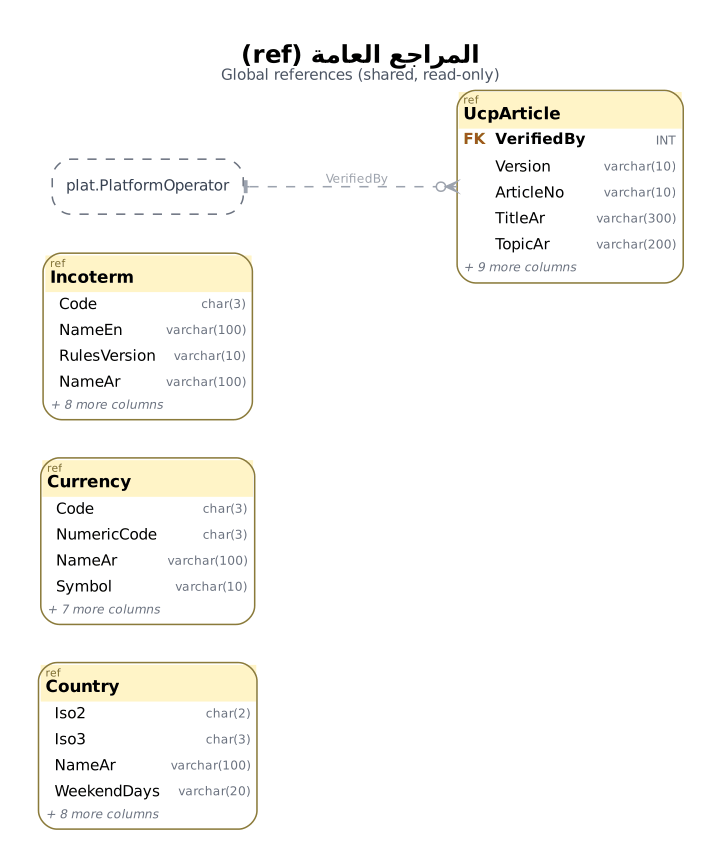
This is treasury-platform/docs/diagrams/pro/m4_global_ref.png from thawrasy/smartlines, a Graphviz export, as it was before one commit. Its source is kept beside it as treasury-platform/docs/diagrams/pro/src/m4_global_ref.dot.
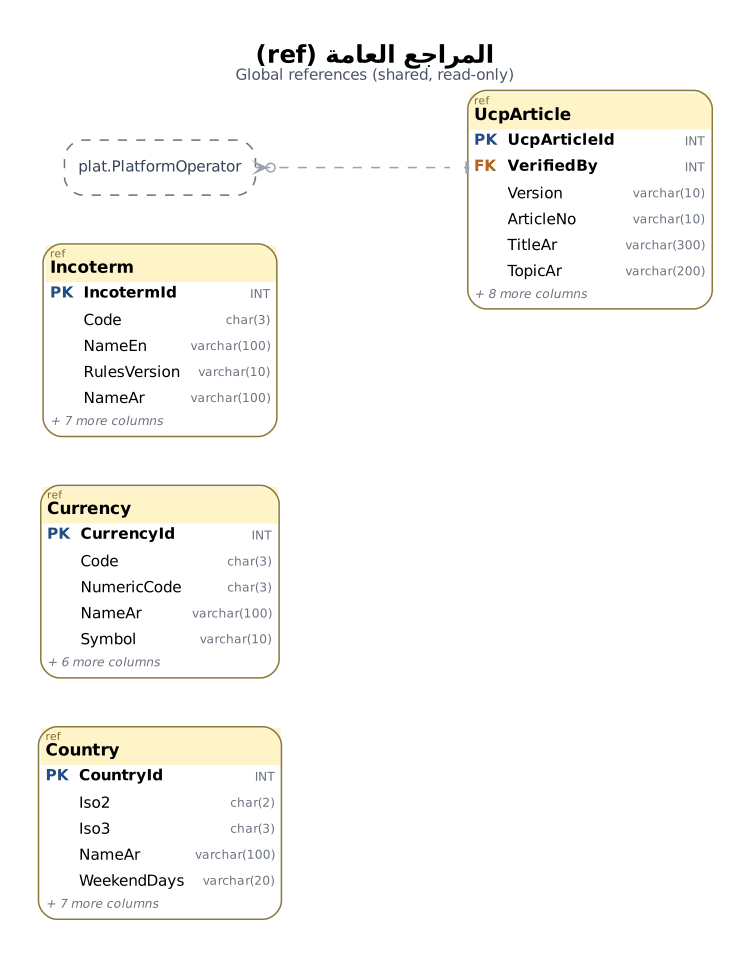
The same file after the commit.

The edit, as a diff of the source:
```diff
@@ -1,11 +1,11 @@
 digraph G {
-  graph [fontname="DejaVu Sans", label=<<B><FONT POINT-SIZE="16">المراجع العامة (ref)</FONT></B><BR/><FONT POINT-SIZE="10" COLOR="#4B5563">Global references (shared, read-only)</FONT>>, labelloc=t, rankdir=LR, splines=true, nodesep=0.35, ranksep=1.25, pad=0.35, bgcolor="white", dpi=110];
+  graph [fontname="DejaVu Sans", label=<<B><FONT POINT-SIZE="16">المراجع العامة (ref)</FONT></B><BR/><FONT POINT-SIZE="10" COLOR="#4B5563">Global references (shared, read-only)</FONT>>, labelloc=t, rankdir=LR, splines=ortho, nodesep=0.45, ranksep=1.7, pad=0.35, bgcolor="white", dpi=110];
   node [fontname="DejaVu Sans", fontsize=10];
   edge [fontname="DejaVu Sans", fontsize=8, color="#374151", arrowsize=0.75];
-  "ref.Country" [shape=plain, label=<<TABLE BORDER="1" COLOR="#8A7A3A" CELLBORDER="0" CELLSPACING="0" CELLPADDING="3" STYLE="rounded" BGCOLOR="white"><TR><TD COLSPAN="3" BGCOLOR="#FFF4C7" ALIGN="LEFT"><FONT POINT-SIZE="7" COLOR="#7A6A2E">ref</FONT><BR ALIGN="LEFT"/><FONT POINT-SIZE="11"><B>Country</B></FONT></TD></TR><TR><TD ALIGN="LEFT"></TD><TD ALIGN="LEFT">Iso2</TD><TD ALIGN="RIGHT"><FONT COLOR="#6B7280" POINT-SIZE="8">char(2)</FONT></TD></TR><TR><TD ALIGN="LEFT"></TD><TD ALIGN="LEFT">Iso3</TD><TD ALIGN="RIGHT"><FONT COLOR="#6B7280" POINT-SIZE="8">char(3)</FONT></TD></TR><TR><TD ALIGN="LEFT"></TD><TD ALIGN="LEFT">NameAr</TD><TD ALIGN="RIGHT"><FONT COLOR="#6B7280" POINT-SIZE="8">varchar(100)</FONT></TD></TR><TR><TD ALIGN="LEFT"></TD><TD ALIGN="LEFT">WeekendDays</TD><TD ALIGN="RIGHT"><FONT COLOR="#6B7280" POINT-SIZE="8">varchar(20)</FONT></TD></TR><TR><TD COLSPAN="3" ALIGN="LEFT"><FONT POINT-SIZE="8" COLOR="#6B7280"><I>+ 8 more columns</I></FONT></TD></TR></TABLE>>];
-  "ref.Currency" [shape=plain, label=<<TABLE BORDER="1" COLOR="#8A7A3A" CELLBORDER="0" CELLSPACING="0" CELLPADDING="3" STYLE="rounded" BGCOLOR="white"><TR><TD COLSPAN="3" BGCOLOR="#FFF4C7" ALIGN="LEFT"><FONT POINT-SIZE="7" COLOR="#7A6A2E">ref</FONT><BR ALIGN="LEFT"/><FONT POINT-SIZE="11"><B>Currency</B></FONT></TD></TR><TR><TD ALIGN="LEFT"></TD><TD ALIGN="LEFT">Code</TD><TD ALIGN="RIGHT"><FONT COLOR="#6B7280" POINT-SIZE="8">char(3)</FONT></TD></TR><TR><TD ALIGN="LEFT"></TD><TD ALIGN="LEFT">NumericCode</TD><TD ALIGN="RIGHT"><FONT COLOR="#6B7280" POINT-SIZE="8">char(3)</FONT></TD></TR><TR><TD ALIGN="LEFT"></TD><TD ALIGN="LEFT">NameAr</TD><TD ALIGN="RIGHT"><FONT COLOR="#6B7280" POINT-SIZE="8">varchar(100)</FONT></TD></TR><TR><TD ALIGN="LEFT"></TD><TD ALIGN="LEFT">Symbol</TD><TD ALIGN="RIGHT"><FONT COLOR="#6B7280" POINT-SIZE="8">varchar(10)</FONT></TD></TR><TR><TD COLSPAN="3" ALIGN="LEFT"><FONT POINT-SIZE="8" COLOR="#6B7280"><I>+ 7 more columns</I></FONT></TD></TR></TABLE>>];
-  "ref.Incoterm" [shape=plain, label=<<TABLE BORDER="1" COLOR="#8A7A3A" CELLBORDER="0" CELLSPACING="0" CELLPADDING="3" STYLE="rounded" BGCOLOR="white"><TR><TD COLSPAN="3" BGCOLOR="#FFF4C7" ALIGN="LEFT"><FONT POINT-SIZE="7" COLOR="#7A6A2E">ref</FONT><BR ALIGN="LEFT"/><FONT POINT-SIZE="11"><B>Incoterm</B></FONT></TD></TR><TR><TD ALIGN="LEFT"></TD><TD ALIGN="LEFT">Code</TD><TD ALIGN="RIGHT"><FONT COLOR="#6B7280" POINT-SIZE="8">char(3)</FONT></TD></TR><TR><TD ALIGN="LEFT"></TD><TD ALIGN="LEFT">NameEn</TD><TD ALIGN="RIGHT"><FONT COLOR="#6B7280" POINT-SIZE="8">varchar(100)</FONT></TD></TR><TR><TD ALIGN="LEFT"></TD><TD ALIGN="LEFT">RulesVersion</TD><TD ALIGN="RIGHT"><FONT COLOR="#6B7280" POINT-SIZE="8">varchar(10)</FONT></TD></TR><TR><TD ALIGN="LEFT"></TD><TD ALIGN="LEFT">NameAr</TD><TD ALIGN="RIGHT"><FONT COLOR="#6B7280" POINT-SIZE="8">varchar(100)</FONT></TD></TR><TR><TD COLSPAN="3" ALIGN="LEFT"><FONT POINT-SIZE="8" COLOR="#6B7280"><I>+ 8 more columns</I></FONT></TD></TR></TABLE>>];
-  "ref.UcpArticle" [shape=plain, label=<<TABLE BORDER="1" COLOR="#8A7A3A" CELLBORDER="0" CELLSPACING="0" CELLPADDING="3" STYLE="rounded" BGCOLOR="white"><TR><TD COLSPAN="3" BGCOLOR="#FFF4C7" ALIGN="LEFT"><FONT POINT-SIZE="7" COLOR="#7A6A2E">ref</FONT><BR ALIGN="LEFT"/><FONT POINT-SIZE="11"><B>UcpArticle</B></FONT></TD></TR><TR><TD ALIGN="LEFT"><FONT COLOR="#B45309"><B>FK</B></FONT></TD><TD ALIGN="LEFT"><B>VerifiedBy</B></TD><TD ALIGN="RIGHT"><FONT COLOR="#6B7280" POINT-SIZE="8">INT</FONT></TD></TR><TR><TD ALIGN="LEFT"></TD><TD ALIGN="LEFT">Version</TD><TD ALIGN="RIGHT"><FONT COLOR="#6B7280" POINT-SIZE="8">varchar(10)</FONT></TD></TR><TR><TD ALIGN="LEFT"></TD><TD ALIGN="LEFT">ArticleNo</TD><TD ALIGN="RIGHT"><FONT COLOR="#6B7280" POINT-SIZE="8">varchar(10)</FONT></TD></TR><TR><TD ALIGN="LEFT"></TD><TD ALIGN="LEFT">TitleAr</TD><TD ALIGN="RIGHT"><FONT COLOR="#6B7280" POINT-SIZE="8">varchar(300)</FONT></TD></TR><TR><TD ALIGN="LEFT"></TD><TD ALIGN="LEFT">TopicAr</TD><TD ALIGN="RIGHT"><FONT COLOR="#6B7280" POINT-SIZE="8">varchar(200)</FONT></TD></TR><TR><TD COLSPAN="3" ALIGN="LEFT"><FONT POINT-SIZE="8" COLOR="#6B7280"><I>+ 9 more columns</I></FONT></TD></TR></TABLE>>];
+  "ref.Country" [shape=plain, label=<<TABLE BORDER="1" COLOR="#8A7A3A" CELLBORDER="0" CELLSPACING="0" CELLPADDING="3" STYLE="rounded" BGCOLOR="white"><TR><TD COLSPAN="3" BGCOLOR="#FFF4C7" ALIGN="LEFT"><FONT POINT-SIZE="7" COLOR="#7A6A2E">ref</FONT><BR ALIGN="LEFT"/><FONT POINT-SIZE="11"><B>Country</B></FONT></TD></TR><TR><TD ALIGN="LEFT" PORT="CountryId"><FONT COLOR="#1D4E89"><B>PK</B></FONT></TD><TD ALIGN="LEFT" PORT="CountryId"><B>CountryId</B></TD><TD ALIGN="RIGHT" PORT="CountryId"><FONT COLOR="#6B7280" POINT-SIZE="8">INT</FONT></TD></TR><TR><TD ALIGN="LEFT"></TD><TD ALIGN="LEFT">Iso2</TD><TD ALIGN="RIGHT"><FONT COLOR="#6B7280" POINT-SIZE="8">char(2)</FONT></TD></TR><TR><TD ALIGN="LEFT"></TD><TD ALIGN="LEFT">Iso3</TD><TD ALIGN="RIGHT"><FONT COLOR="#6B7280" POINT-SIZE="8">char(3)</FONT></TD></TR><TR><TD ALIGN="LEFT"></TD><TD ALIGN="LEFT">NameAr</TD><TD ALIGN="RIGHT"><FONT COLOR="#6B7280" POINT-SIZE="8">varchar(100)</FONT></TD></TR><TR><TD ALIGN="LEFT"></TD><TD ALIGN="LEFT">WeekendDays</TD><TD ALIGN="RIGHT"><FONT COLOR="#6B7280" POINT-SIZE="8">varchar(20)</FONT></TD></TR><TR><TD COLSPAN="3" ALIGN="LEFT"><FONT POINT-SIZE="8" COLOR="#6B7280"><I>+ 7 more columns</I></FONT></TD></TR></TABLE>>];
+  "ref.Currency" [shape=plain, label=<<TABLE BORDER="1" COLOR="#8A7A3A" CELLBORDER="0" CELLSPACING="0" CELLPADDING="3" STYLE="rounded" BGCOLOR="white"><TR><TD COLSPAN="3" BGCOLOR="#FFF4C7" ALIGN="LEFT"><FONT POINT-SIZE="7" COLOR="#7A6A2E">ref</FONT><BR ALIGN="LEFT"/><FONT POINT-SIZE="11"><B>Currency</B></FONT></TD></TR><TR><TD ALIGN="LEFT" PORT="CurrencyId"><FONT COLOR="#1D4E89"><B>PK</B></FONT></TD><TD ALIGN="LEFT" PORT="CurrencyId"><B>CurrencyId</B></TD><TD ALIGN="RIGHT" PORT="CurrencyId"><FONT COLOR="#6B7280" POINT-SIZE="8">INT</FONT></TD></TR><TR><TD ALIGN="LEFT"></TD><TD ALIGN="LEFT">Code</TD><TD ALIGN="RIGHT"><FONT COLOR="#6B7280" POINT-SIZE="8">char(3)</FONT></TD></TR><TR><TD ALIGN="LEFT"></TD><TD ALIGN="LEFT">NumericCode</TD><TD ALIGN="RIGHT"><FONT COLOR="#6B7280" POINT-SIZE="8">char(3)</FONT></TD></TR><TR><TD ALIGN="LEFT"></TD><TD ALIGN="LEFT">NameAr</TD><TD ALIGN="RIGHT"><FONT COLOR="#6B7280" POINT-SIZE="8">varchar(100)</FONT></TD></TR><TR><TD ALIGN="LEFT"></TD><TD ALIGN="LEFT">Symbol</TD><TD ALIGN="RIGHT"><FONT COLOR="#6B7280" POINT-SIZE="8">varchar(10)</FONT></TD></TR><TR><TD COLSPAN="3" ALIGN="LEFT"><FONT POINT-SIZE="8" COLOR="#6B7280"><I>+ 6 more columns</I></FONT></TD></TR></TABLE>>];
+  "ref.Incoterm" [shape=plain, label=<<TABLE BORDER="1" COLOR="#8A7A3A" CELLBORDER="0" CELLSPACING="0" CELLPADDING="3" STYLE="rounded" BGCOLOR="white"><TR><TD COLSPAN="3" BGCOLOR="#FFF4C7" ALIGN="LEFT"><FONT POINT-SIZE="7" COLOR="#7A6A2E">ref</FONT><BR ALIGN="LEFT"/><FONT POINT-SIZE="11"><B>Incoterm</B></FONT></TD></TR><TR><TD ALIGN="LEFT" PORT="IncotermId"><FONT COLOR="#1D4E89"><B>PK</B></FONT></TD><TD ALIGN="LEFT" PORT="IncotermId"><B>IncotermId</B></TD><TD ALIGN="RIGHT" PORT="IncotermId"><FONT COLOR="#6B7280" POINT-SIZE="8">INT</FONT></TD></TR><TR><TD ALIGN="LEFT"></TD><TD ALIGN="LEFT">Code</TD><TD ALIGN="RIGHT"><FONT COLOR="#6B7280" POINT-SIZE="8">char(3)</FONT></TD></TR><TR><TD ALIGN="LEFT"></TD><TD ALIGN="LEFT">NameEn</TD><TD ALIGN="RIGHT"><FONT COLOR="#6B7280" POINT-SIZE="8">varchar(100)</FONT></TD></TR><TR><TD ALIGN="LEFT"></TD><TD ALIGN="LEFT">RulesVersion</TD><TD ALIGN="RIGHT"><FONT COLOR="#6B7280" POINT-SIZE="8">varchar(10)</FONT></TD></TR><TR><TD ALIGN="LEFT"></TD><TD ALIGN="LEFT">NameAr</TD><TD ALIGN="RIGHT"><FONT COLOR="#6B7280" POINT-SIZE="8">varchar(100)</FONT></TD></TR><TR><TD COLSPAN="3" ALIGN="LEFT"><FONT POINT-SIZE="8" COLOR="#6B7280"><I>+ 7 more columns</I></FONT></TD></TR></TABLE>>];
+  "ref.UcpArticle" [shape=plain, label=<<TABLE BORDER="1" COLOR="#8A7A3A" CELLBORDER="0" CELLSPACING="0" CELLPADDING="3" STYLE="rounded" BGCOLOR="white"><TR><TD COLSPAN="3" BGCOLOR="#FFF4C7" ALIGN="LEFT"><FONT POINT-SIZE="7" COLOR="#7A6A2E">ref</FONT><BR ALIGN="LEFT"/><FONT POINT-SIZE="11"><B>UcpArticle</B></FONT></TD></TR><TR><TD ALIGN="LEFT" PORT="UcpArticleId"><FONT COLOR="#1D4E89"><B>PK</B></FONT></TD><TD ALIGN="LEFT" PORT="UcpArticleId"><B>UcpArticleId</B></TD><TD ALIGN="RIGHT" PORT="UcpArticleId"><FONT COLOR="#6B7280" POINT-SIZE="8">INT</FONT></TD></TR><TR><TD ALIGN="LEFT" PORT="VerifiedBy"><FONT COLOR="#B45309"><B>FK</B></FONT></TD><TD ALIGN="LEFT" PORT="VerifiedBy"><B>VerifiedBy</B></TD><TD ALIGN="RIGHT" PORT="VerifiedBy"><FONT COLOR="#6B7280" POINT-SIZE="8">INT</FONT></TD></TR><TR><TD ALIGN="LEFT"></TD><TD ALIGN="LEFT">Version</TD><TD ALIGN="RIGHT"><FONT COLOR="#6B7280" POINT-SIZE="8">varchar(10)</FONT></TD></TR><TR><TD ALIGN="LEFT"></TD><TD ALIGN="LEFT">ArticleNo</TD><TD ALIGN="RIGHT"><FONT COLOR="#6B7280" POINT-SIZE="8">varchar(10)</FONT></TD></TR><TR><TD ALIGN="LEFT"></TD><TD ALIGN="LEFT">TitleAr</TD><TD ALIGN="RIGHT"><FONT COLOR="#6B7280" POINT-SIZE="8">varchar(300)</FONT></TD></TR><TR><TD ALIGN="LEFT"></TD><TD ALIGN="LEFT">TopicAr</TD><TD ALIGN="RIGHT"><FONT COLOR="#6B7280" POINT-SIZE="8">varchar(200)</FONT></TD></TR><TR><TD COLSPAN="3" ALIGN="LEFT"><FONT POINT-SIZE="8" COLOR="#6B7280"><I>+ 8 more columns</I></FONT></TD></TR></TABLE>>];
   "plat.PlatformOperator" [shape=box, style="rounded,dashed", color="#6B7280", fontcolor="#374151", margin="0.12,0.05", label="plat.PlatformOperator"];
-  "plat.PlatformOperator" -> "ref.UcpArticle" [dir=both, arrowtail=tee, arrowhead=crowodot, style=dashed, color="#9CA3AF", fontcolor="#9CA3AF", label="VerifiedBy"];
+  "plat.PlatformOperator" -> "ref.UcpArticle":"VerifiedBy":w [dir=both, arrowtail=tee, arrowhead=crowodot, style=dashed, color="#9CA3AF", arrowsize=0.7];
 }
```
